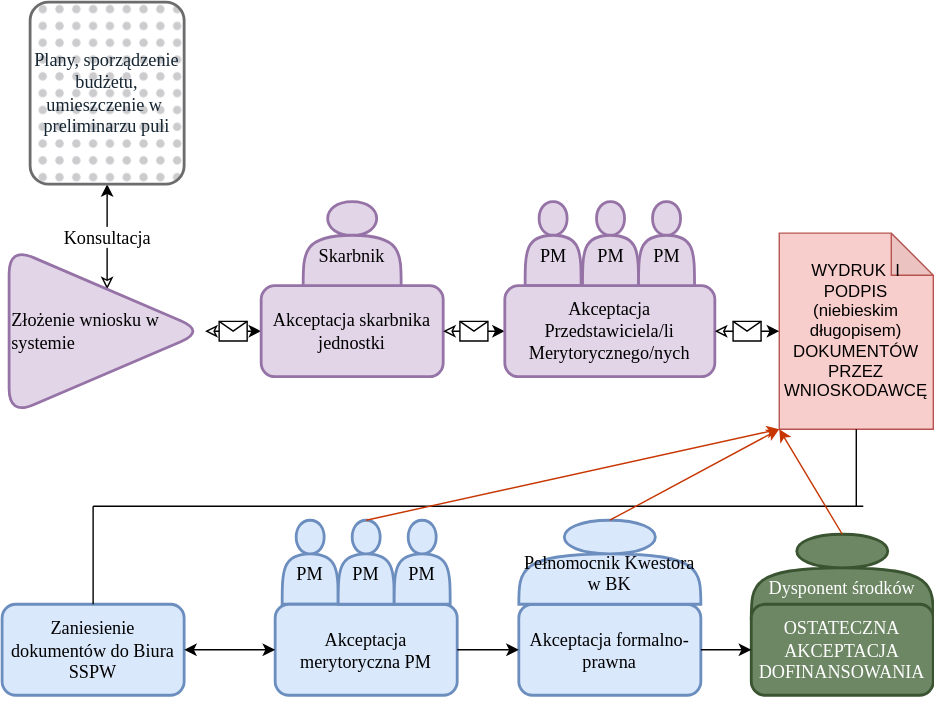
WelfareUnit/rysunki keeps this draw.io diagram as Kopia Rysunek wniosek.svg. Above is the earlier version. Source tidied: cells renumbered, new cells last; positions are measured from the earlier drawing's top-left corner, leaving out a move shared by most shapes.
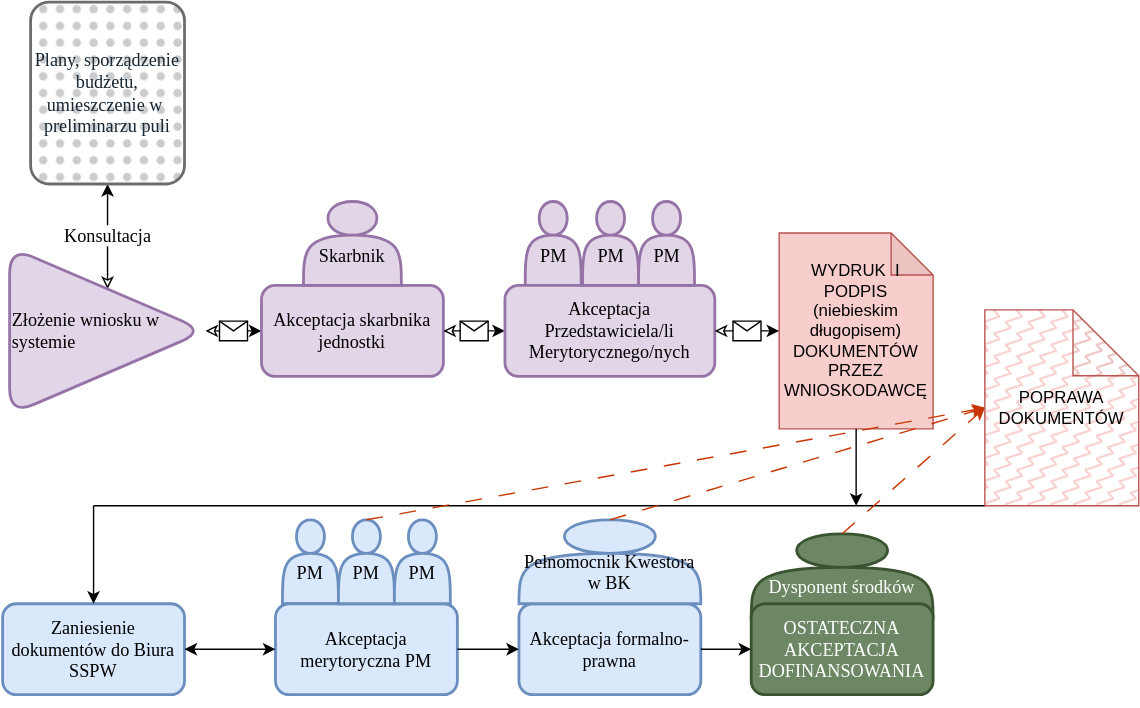
The same diagram one commit later.

Change to the diagram source:
```diff
@@ -80,18 +80,17 @@
     <mxCell id="25" style="endArrow=classic;startArrow=classic;html=1;fontFamily=Source Sans 3;fontSize=13;fontColor=#162632;exitX=0;exitY=0.5;exitDx=0;exitDy=0;entryX=1;entryY=0.5;entryDx=0;entryDy=0;fontSource=https%3A%2F%2Ffonts.googleapis.com%2Fcss%3Ffamily%3DSource%2BSans%2B3;" parent="1" edge="1" source="22" target="19">
       <mxGeometry relative="1" as="geometry" />
     </mxCell>
-    <mxCell id="26" style="endArrow=none;html=1;rounded=0;entryX=0.5;entryY=1;entryDx=0;entryDy=0;entryPerimeter=0;" parent="1" edge="1" target="16">
+    <mxCell id="26" style="endArrow=none;html=1;rounded=0;entryX=0.5;entryY=1;entryDx=0;entryDy=0;entryPerimeter=0;startArrow=classic;startFill=1;" parent="1" edge="1" target="16">
       <mxGeometry relative="1" as="geometry">
         <mxPoint x="610" y="360" as="sourcePoint" />
       </mxGeometry>
     </mxCell>
-    <mxCell id="27" style="endArrow=none;html=1;rounded=0;" parent="1" edge="1">
+    <mxCell id="27" style="endArrow=none;html=1;rounded=0;entryX=0;entryY=1;entryDx=0;entryDy=0;entryPerimeter=0;" parent="1" edge="1" target="40">
       <mxGeometry relative="1" as="geometry">
         <mxPoint x="65" y="360" as="sourcePoint" />
-        <mxPoint x="615" y="360" as="targetPoint" />
       </mxGeometry>
     </mxCell>
-    <mxCell id="28" style="endArrow=none;html=1;rounded=0;exitX=0.5;exitY=0;exitDx=0;exitDy=0;" parent="1" edge="1" source="19">
+    <mxCell id="28" style="endArrow=none;html=1;rounded=0;exitX=0.5;exitY=0;exitDx=0;exitDy=0;endFill=0;startArrow=classic;startFill=1;" parent="1" edge="1" source="19">
       <mxGeometry relative="1" as="geometry">
         <mxPoint x="65" y="360" as="targetPoint" />
       </mxGeometry>
@@ -108,10 +107,10 @@
     <mxCell id="32" style="endArrow=classic;html=1;rounded=0;exitX=1;exitY=0.5;exitDx=0;exitDy=0;entryX=0;entryY=0.5;entryDx=0;entryDy=0;" parent="1" edge="1" source="22" target="30">
       <mxGeometry relative="1" as="geometry" />
     </mxCell>
-    <mxCell id="33" style="endArrow=classic;html=1;rounded=0;exitX=0.5;exitY=0;exitDx=0;exitDy=0;entryX=0;entryY=1;entryDx=0;entryDy=0;entryPerimeter=0;fillColor=#fa6800;strokeColor=#C73500;" parent="1" edge="1" source="31" target="16">
+    <mxCell id="33" style="endArrow=classic;html=1;rounded=0;exitX=0.5;exitY=0;exitDx=0;exitDy=0;entryX=0;entryY=0.5;entryDx=0;entryDy=0;entryPerimeter=0;fillColor=#fa6800;strokeColor=#C73500;dashed=1;dashPattern=12 12;" parent="1" edge="1" source="31" target="40">
       <mxGeometry relative="1" as="geometry" />
     </mxCell>
-    <mxCell id="34" style="endArrow=classic;html=1;rounded=0;exitX=0.5;exitY=0;exitDx=0;exitDy=0;entryX=0;entryY=1;entryDx=0;entryDy=0;entryPerimeter=0;fillColor=#fa6800;strokeColor=#C73500;" parent="1" edge="1" source="23" target="16">
+    <mxCell id="34" style="endArrow=classic;html=1;rounded=0;exitX=0.5;exitY=0;exitDx=0;exitDy=0;entryX=0;entryY=0.5;entryDx=0;entryDy=0;entryPerimeter=0;fillColor=#fa6800;strokeColor=#C73500;dashed=1;dashPattern=12 12;" parent="1" edge="1" source="23" target="40">
       <mxGeometry relative="1" as="geometry" />
     </mxCell>
     <mxCell id="35" style="group;" parent="1" vertex="1">
@@ -126,8 +125,11 @@
     <mxCell id="38" style="endArrow=classic;html=1;rounded=0;entryX=0;entryY=0.5;entryDx=0;entryDy=0;exitX=1;exitY=0.5;exitDx=0;exitDy=0;" parent="1" edge="1" source="30" target="37">
       <mxGeometry relative="1" as="geometry" />
     </mxCell>
-    <mxCell id="39" style="endArrow=classic;html=1;rounded=0;exitX=0.5;exitY=0;exitDx=0;exitDy=0;fillColor=#fa6800;strokeColor=#C73500;entryX=0;entryY=1;entryDx=0;entryDy=0;entryPerimeter=0;" parent="1" edge="1" source="36" target="16">
+    <mxCell id="39" style="endArrow=classic;html=1;rounded=0;exitX=0.5;exitY=0;exitDx=0;exitDy=0;fillColor=#fa6800;strokeColor=#C73500;entryX=0;entryY=0.5;entryDx=0;entryDy=0;entryPerimeter=0;dashed=1;dashPattern=12 12;" parent="1" edge="1" source="36" target="40">
       <mxGeometry relative="1" as="geometry" />
     </mxCell>
+    <mxCell id="40" value="POPRAWA DOKUMENTÓW" style="shape=note;whiteSpace=wrap;html=1;backgroundOutline=1;darkOpacity=0.05;fillColor=#f8cecc;strokeColor=#b85450;size=47;fillStyle=zigzag-line;" parent="1" vertex="1">
+      <mxGeometry x="702" y="220" width="110" height="140" as="geometry" />
+    </mxCell>
   </root>
 </mxGraphModel>
```
